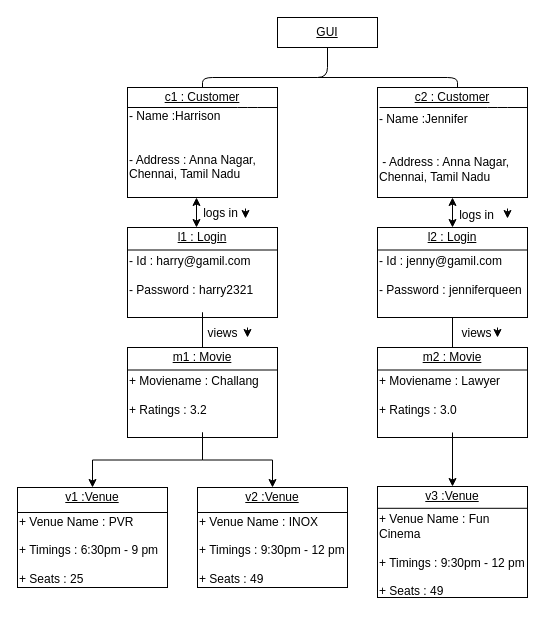
Above: OD(View).drawio in omanshagrawal21/Movie-ticket (draw.io), before the change. Source tidied: cells renumbered, new cells numbered last; positions are measured from the earlier drawing's top-left corner, leaving out a move shared by most shapes. Both pictures are drawn from the tidied source at 100%, with x=0, y=0 at pixel (17, 17).
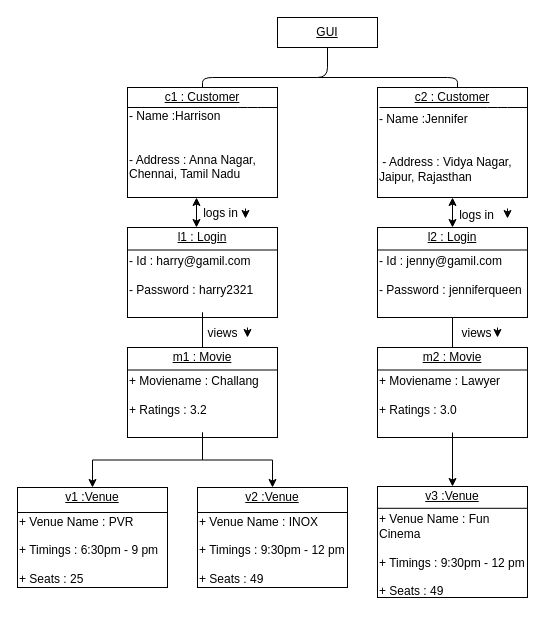
After the change.

Change to the diagram source:
```diff
@@
-    <mxCell id="11" value="&lt;div align=&quot;left&quot;&gt;- Name :Jennifer&lt;/div&gt;&lt;div align=&quot;left&quot;&gt;&lt;br&gt;&lt;/div&gt;&lt;div align=&quot;left&quot;&gt;&lt;br&gt;&lt;/div&gt;&lt;div align=&quot;left&quot;&gt;&amp;nbsp;- Address : Anna Nagar,&lt;/div&gt;&lt;div align=&quot;left&quot;&gt;Chennai, Tamil Nadu&lt;br&gt;&lt;/div&gt;&lt;div align=&quot;left&quot;&gt;&lt;br&gt;&lt;/div&gt;&lt;div align=&quot;left&quot;&gt;&lt;br&gt;&lt;/div&gt;" style="text;html=1;strokeColor=none;fillColor=none;align=left;verticalAlign=middle;whiteSpace=wrap;rounded=0;" parent="1" vertex="1">
+    <mxCell id="11" value="&lt;div align=&quot;left&quot;&gt;- Name :Jennifer&lt;/div&gt;&lt;div align=&quot;left&quot;&gt;&lt;br&gt;&lt;/div&gt;&lt;div align=&quot;left&quot;&gt;&lt;br&gt;&lt;/div&gt;&lt;div align=&quot;left&quot;&gt;&amp;nbsp;- Address : Vidya Nagar,&lt;/div&gt;&lt;div align=&quot;left&quot;&gt;Jaipur, Rajasthan&lt;br&gt;&lt;/div&gt;&lt;div align=&quot;left&quot;&gt;&lt;br&gt;&lt;/div&gt;&lt;div align=&quot;left&quot;&gt;&lt;br&gt;&lt;/div&gt;" style="text;html=1;strokeColor=none;fillColor=none;align=left;verticalAlign=middle;whiteSpace=wrap;rounded=0;" parent="1" vertex="1">
       <mxGeometry x="360" y="110" width="150" height="70" as="geometry" />
     </mxCell>
```
